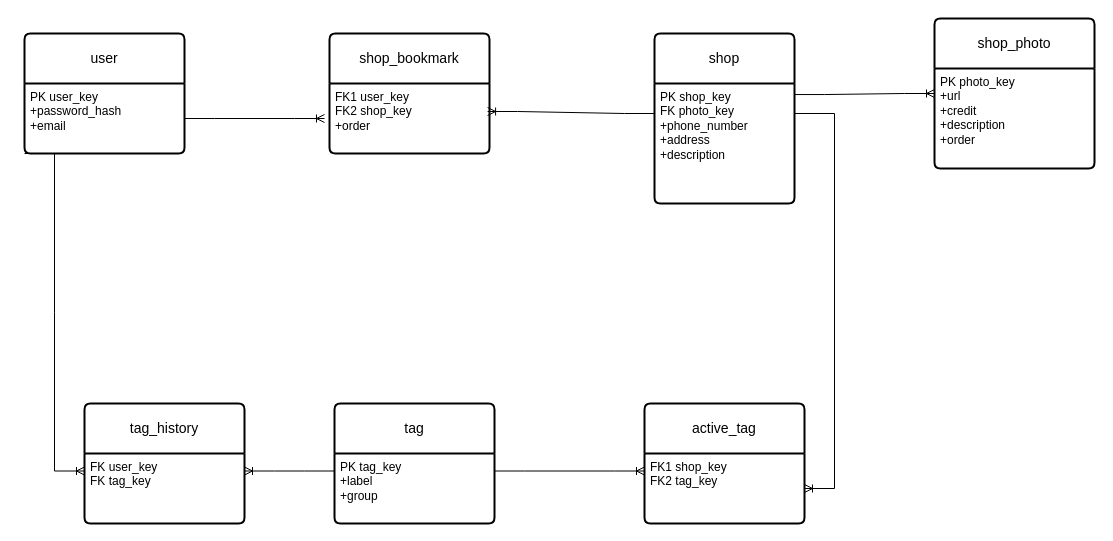
Before: documentation/ERD.drawio in cohort-web-43-coffee/coffee-capstone, a draw.io diagram. Source tidied: cells renumbered, new cells numbered last; positions are measured from the earlier drawing's top-left corner, leaving out a move shared by most shapes. Both pictures are drawn from the tidied source at 100%, with x=0, y=0 at pixel (-66, 18).
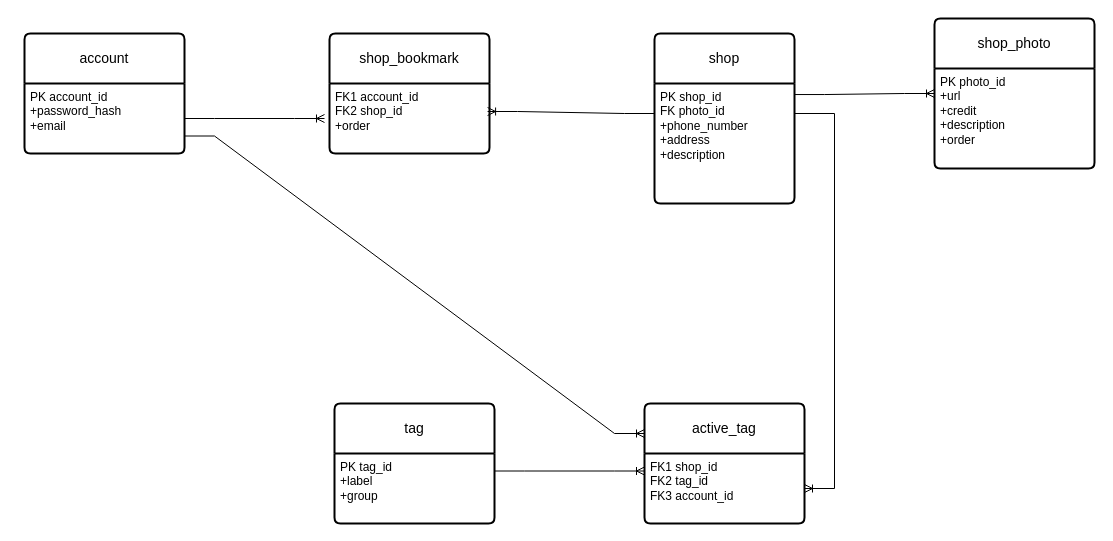
After the change.

Commit message:
Remove used tags entity

Unchanged cells that the change refers to:
```xml
<mxCell id="4" value="shop" style="swimlane;horizontal=1;startSize=50;rounded=1;fontSize=14;fontStyle=0;strokeWidth=2;shadow=0;dashed=0;align=center;arcSize=4;whiteSpace=wrap;html=1;direction=east;" parent="1" vertex="1">
  <mxGeometry x="720" y="15" width="140" height="170" as="geometry" />
</mxCell>
<mxCell id="6" value="shop_bookmark" style="swimlane;horizontal=1;startSize=50;rounded=1;fontSize=14;fontStyle=0;strokeWidth=2;shadow=0;dashed=0;align=center;arcSize=4;whiteSpace=wrap;html=1;" parent="1" vertex="1">
  <mxGeometry x="395" y="15" width="160" height="120" as="geometry" />
</mxCell>
<mxCell id="10" value="tag" style="swimlane;horizontal=1;startSize=50;rounded=1;fontSize=14;fontStyle=0;strokeWidth=2;shadow=0;dashed=0;align=center;arcSize=4;whiteSpace=wrap;html=1;" parent="1" vertex="1">
  <mxGeometry x="400" y="385" width="160" height="120" as="geometry" />
</mxCell>
<mxCell id="12" value="active_tag" style="swimlane;horizontal=1;startSize=50;rounded=1;fontSize=14;fontStyle=0;strokeWidth=2;shadow=0;dashed=0;align=center;arcSize=4;whiteSpace=wrap;html=1;" parent="1" vertex="1">
  <mxGeometry x="710" y="385" width="160" height="120" as="geometry" />
</mxCell>
<mxCell id="20" value="shop_photo" style="swimlane;horizontal=1;startSize=50;rounded=1;fontSize=14;fontStyle=0;strokeWidth=2;shadow=0;dashed=0;align=center;arcSize=4;whiteSpace=wrap;html=1;" parent="1" vertex="1">
  <mxGeometry x="1000" width="160" height="150" as="geometry" />
</mxCell>
```

Change to the diagram source:
```diff
@@
-    <mxCell id="2" value="user" style="swimlane;horizontal=1;startSize=50;rounded=1;fontSize=14;fontStyle=0;strokeWidth=2;shadow=0;dashed=0;align=center;arcSize=4;whiteSpace=wrap;html=1;" parent="1" vertex="1">
+    <mxCell id="2" value="account" style="swimlane;horizontal=1;startSize=50;rounded=1;fontSize=14;fontStyle=0;strokeWidth=2;shadow=0;dashed=0;align=center;arcSize=4;whiteSpace=wrap;html=1;" parent="1" vertex="1">
       <mxGeometry x="90" y="15" width="160" height="120" as="geometry" />
     </mxCell>
-    <mxCell id="3" value="PK user_key&lt;br&gt;+password_hash&lt;br&gt;+email" style="align=left;strokeColor=none;fillColor=none;spacingLeft=4;fontSize=12;verticalAlign=top;html=1;" parent="2" vertex="1">
+    <mxCell id="3" value="PK account_id&lt;br&gt;+password_hash&lt;br&gt;+email" style="align=left;strokeColor=none;fillColor=none;spacingLeft=4;fontSize=12;verticalAlign=top;html=1;" parent="2" vertex="1">
       <mxGeometry y="50" width="160" height="70" as="geometry" />
     </mxCell>
@@
-    <mxCell id="5" value="PK shop_key&lt;br&gt;FK photo_key&lt;br&gt;+phone_number&lt;br&gt;+address&lt;br&gt;+description" style="align=left;strokeColor=none;fillColor=none;spacingLeft=4;fontSize=12;verticalAlign=top;html=1;" parent="4" vertex="1">
+    <mxCell id="5" value="PK shop_id&lt;br&gt;FK photo_id&lt;br&gt;+phone_number&lt;br&gt;+address&lt;br&gt;+description" style="align=left;strokeColor=none;fillColor=none;spacingLeft=4;fontSize=12;verticalAlign=top;html=1;" parent="4" vertex="1">
       <mxGeometry y="50" width="140" height="120" as="geometry" />
     </mxCell>
@@
-    <mxCell id="7" value="FK1 user_key&lt;br&gt;FK2 shop_key&lt;br&gt;+order" style="align=left;strokeColor=none;fillColor=none;spacingLeft=4;fontSize=12;verticalAlign=top;html=1;" parent="6" vertex="1">
+    <mxCell id="7" value="FK1 account_id&lt;br&gt;FK2 shop_id&lt;br&gt;+order" style="align=left;strokeColor=none;fillColor=none;spacingLeft=4;fontSize=12;verticalAlign=top;html=1;" parent="6" vertex="1">
       <mxGeometry y="50" width="160" height="70" as="geometry" />
     </mxCell>
@@
-    <mxCell id="11" value="PK tag_key&lt;br&gt;+label&lt;br&gt;+group" style="align=left;strokeColor=none;fillColor=none;spacingLeft=4;fontSize=12;verticalAlign=top;html=1;" parent="10" vertex="1">
+    <mxCell id="11" value="PK tag_id&lt;br&gt;+label&lt;br&gt;+group" style="align=left;strokeColor=none;fillColor=none;spacingLeft=4;fontSize=12;verticalAlign=top;html=1;" parent="10" vertex="1">
       <mxGeometry y="50" width="160" height="70" as="geometry" />
     </mxCell>
@@
-    <mxCell id="13" value="FK1 shop_key&lt;br&gt;FK2 tag_key" style="align=left;strokeColor=none;fillColor=none;spacingLeft=4;fontSize=12;verticalAlign=top;html=1;" parent="12" vertex="1">
+    <mxCell id="13" value="FK1 shop_id&lt;br&gt;FK2 tag_id&lt;br&gt;FK3 account_id" style="align=left;strokeColor=none;fillColor=none;spacingLeft=4;fontSize=12;verticalAlign=top;html=1;" parent="12" vertex="1">
       <mxGeometry y="50" width="160" height="70" as="geometry" />
     </mxCell>
-    <mxCell id="14" value="tag_history" style="swimlane;horizontal=1;startSize=50;rounded=1;fontSize=14;fontStyle=0;strokeWidth=2;shadow=0;dashed=0;align=center;arcSize=4;whiteSpace=wrap;html=1;" parent="1" vertex="1">
-      <mxGeometry x="150" y="385" width="160" height="120" as="geometry" />
-    </mxCell>
-    <mxCell id="15" value="FK user_key&lt;br&gt;FK tag_key" style="align=left;strokeColor=none;fillColor=none;spacingLeft=4;fontSize=12;verticalAlign=top;html=1;" parent="14" vertex="1">
-      <mxGeometry y="50" width="160" height="70" as="geometry" />
-    </mxCell>
@@
-    <mxCell id="17" style="edgeStyle=entityRelationEdgeStyle;fontSize=12;html=1;endArrow=ERoneToMany;rounded=0;exitX=0;exitY=1;exitDx=0;exitDy=0;entryX=0;entryY=0.25;entryDx=0;entryDy=0;" parent="1" edge="1" source="3" target="15">
-      <mxGeometry relative="1" as="geometry">
-        <Array as="points">
-          <mxPoint y="175" />
-        </Array>
-      </mxGeometry>
-    </mxCell>
-    <mxCell id="18" style="edgeStyle=entityRelationEdgeStyle;fontSize=12;html=1;endArrow=ERoneToMany;rounded=0;entryX=1;entryY=0.25;entryDx=0;entryDy=0;exitX=0;exitY=0.25;exitDx=0;exitDy=0;" parent="1" edge="1" source="11" target="15">
-      <mxGeometry relative="1" as="geometry" />
-    </mxCell>
@@
-    <mxCell id="21" value="PK photo_key&lt;br&gt;+url&lt;br&gt;+credit&lt;br&gt;+description&lt;br&gt;+order" style="align=left;strokeColor=none;fillColor=none;spacingLeft=4;fontSize=12;verticalAlign=top;html=1;" parent="20" vertex="1">
+    <mxCell id="21" value="PK photo_id&lt;br&gt;+url&lt;br&gt;+credit&lt;br&gt;+description&lt;br&gt;+order" style="align=left;strokeColor=none;fillColor=none;spacingLeft=4;fontSize=12;verticalAlign=top;html=1;" parent="20" vertex="1">
       <mxGeometry y="50" width="160" height="100" as="geometry" />
     </mxCell>
@@
+    <mxCell id="23" style="edgeStyle=entityRelationEdgeStyle;fontSize=12;html=1;endArrow=ERoneToMany;rounded=0;entryX=0;entryY=0.25;entryDx=0;entryDy=0;exitX=1;exitY=0.75;exitDx=0;exitDy=0;" parent="1" edge="1" source="3" target="12">
+      <mxGeometry relative="1" as="geometry" />
+    </mxCell>
```
